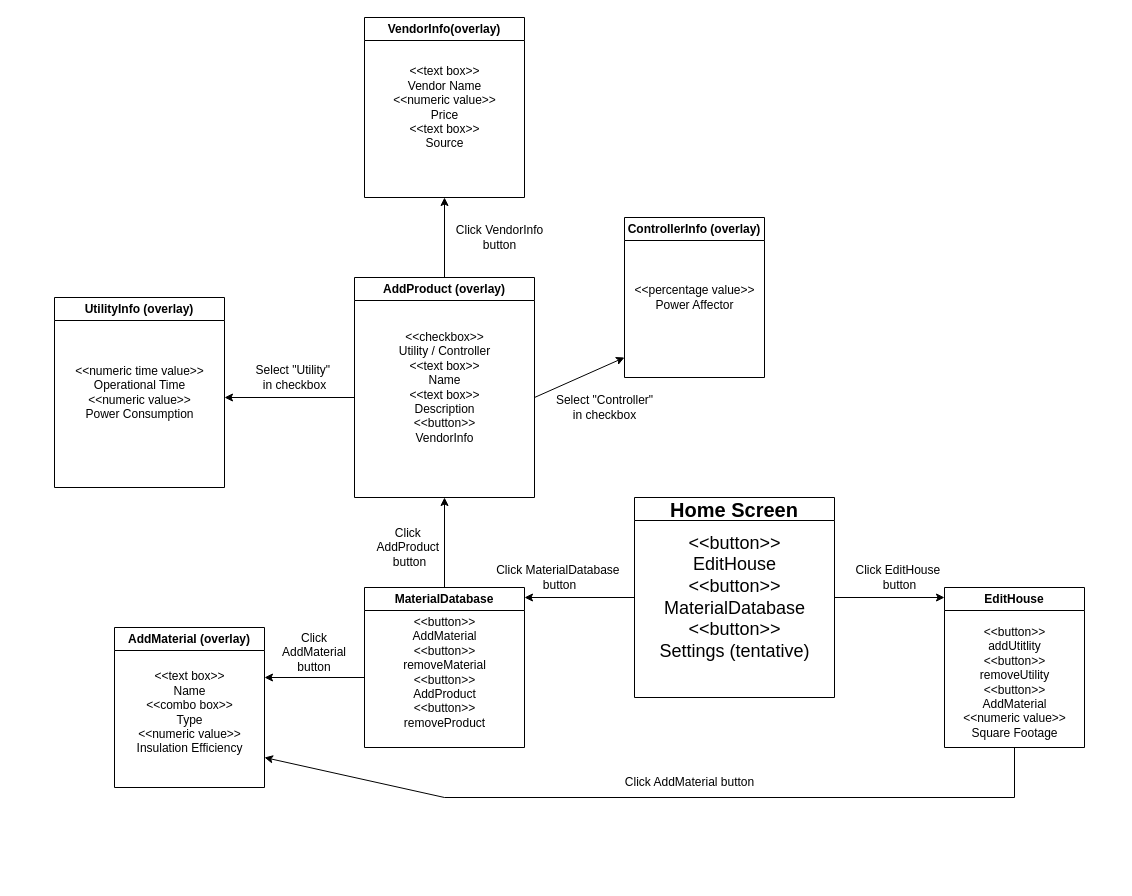
The draw.io diagram Design/Navigational Diagram.drawio in connerng/SPU_CSC3220_S24_T3, before the edit. Source tidied: cells renumbered, new cells numbered last; positions are measured from the earlier drawing's top-left corner, leaving out a move shared by most shapes. Both pictures are drawn from the tidied source at 100%, with x=0, y=0 at pixel (54, 17).
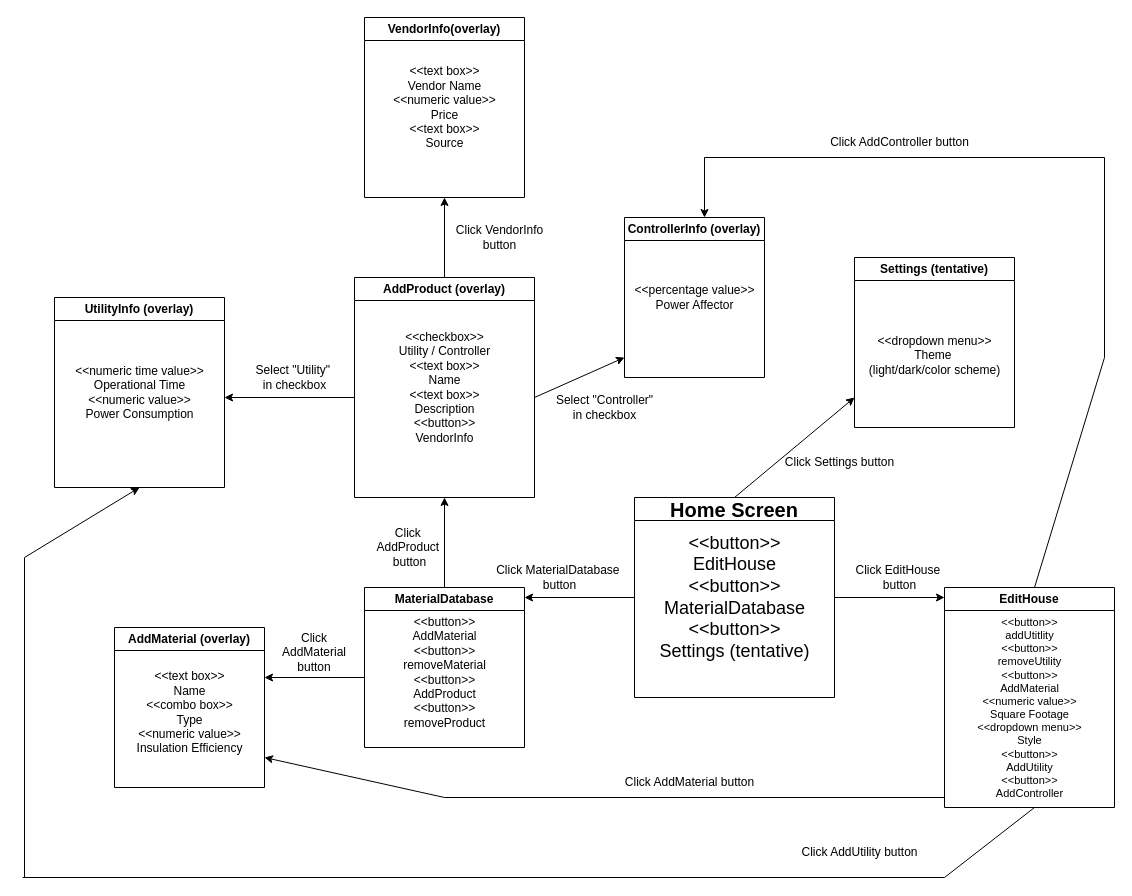
Above is the later version.

Unchanged cells that the change refers to:
```xml
<mxCell id="29" value="UtilityInfo (overlay)" style="swimlane;whiteSpace=wrap;html=1;" parent="1" vertex="1">
  <mxGeometry y="280" width="170" height="190" as="geometry" />
</mxCell>
```

What changed in the source:
```diff
@@
     <mxCell id="6" value="EditHouse" style="swimlane;whiteSpace=wrap;html=1;" parent="1" vertex="1">
-      <mxGeometry x="890" y="570" width="140" height="160" as="geometry" />
+      <mxGeometry x="890" y="570" width="170" height="220" as="geometry" />
     </mxCell>
-    <mxCell id="7" value="&amp;lt;&amp;lt;button&amp;gt;&amp;gt;&lt;div&gt;addUtitlity&lt;/div&gt;&lt;div&gt;&amp;lt;&amp;lt;button&amp;gt;&amp;gt;&lt;/div&gt;&lt;div&gt;removeUtility&lt;/div&gt;&lt;div&gt;&amp;lt;&amp;lt;button&amp;gt;&amp;gt;&lt;br&gt;AddMaterial&lt;/div&gt;&lt;div&gt;&amp;lt;&amp;lt;numeric value&amp;gt;&amp;gt;&lt;br&gt;Square Footage&lt;/div&gt;" style="text;html=1;align=center;verticalAlign=middle;strokeColor=none;fillColor=none;" parent="6" vertex="1">
-      <mxGeometry x="5" y="30" width="130" height="130" as="geometry" />
+    <mxCell id="7" value="&lt;font style=&quot;font-size: 11px;&quot;&gt;&amp;lt;&amp;lt;button&amp;gt;&amp;gt;&lt;/font&gt;&lt;div style=&quot;font-size: 11px;&quot;&gt;&lt;font style=&quot;font-size: 11px;&quot;&gt;addUtitlity&lt;/font&gt;&lt;/div&gt;&lt;div style=&quot;font-size: 11px;&quot;&gt;&lt;font style=&quot;font-size: 11px;&quot;&gt;&amp;lt;&amp;lt;button&amp;gt;&amp;gt;&lt;/font&gt;&lt;/div&gt;&lt;div style=&quot;font-size: 11px;&quot;&gt;&lt;font style=&quot;font-size: 11px;&quot;&gt;removeUtility&lt;/font&gt;&lt;/div&gt;&lt;div style=&quot;font-size: 11px;&quot;&gt;&lt;font style=&quot;font-size: 11px;&quot;&gt;&amp;lt;&amp;lt;button&amp;gt;&amp;gt;&lt;br&gt;AddMaterial&lt;/font&gt;&lt;/div&gt;&lt;div style=&quot;font-size: 11px;&quot;&gt;&lt;font style=&quot;font-size: 11px;&quot;&gt;&amp;lt;&amp;lt;numeric value&amp;gt;&amp;gt;&lt;br&gt;Square Footage&lt;/font&gt;&lt;/div&gt;&lt;div style=&quot;font-size: 11px;&quot;&gt;&lt;font style=&quot;font-size: 11px;&quot;&gt;&amp;lt;&amp;lt;dropdown menu&amp;gt;&amp;gt;&lt;/font&gt;&lt;/div&gt;&lt;div style=&quot;font-size: 11px;&quot;&gt;&lt;font style=&quot;font-size: 11px;&quot;&gt;Style&lt;/font&gt;&lt;/div&gt;&lt;div style=&quot;font-size: 11px;&quot;&gt;&lt;font style=&quot;font-size: 11px;&quot;&gt;&amp;lt;&amp;lt;button&amp;gt;&amp;gt;&lt;/font&gt;&lt;/div&gt;&lt;div style=&quot;font-size: 11px;&quot;&gt;&lt;font style=&quot;font-size: 11px;&quot;&gt;AddUtility&lt;/font&gt;&lt;/div&gt;&lt;div style=&quot;font-size: 11px;&quot;&gt;&lt;font style=&quot;font-size: 11px;&quot;&gt;&amp;lt;&amp;lt;button&amp;gt;&amp;gt;&lt;br&gt;AddController&lt;/font&gt;&lt;/div&gt;" style="text;html=1;align=center;verticalAlign=middle;strokeColor=none;fillColor=none;" parent="6" vertex="1">
+      <mxGeometry x="20" y="20" width="130" height="200" as="geometry" />
     </mxCell>
@@
-    <mxCell id="13" style="endArrow=none;html=1;rounded=0;" parent="1" edge="1">
-      <mxGeometry relative="1" as="geometry">
-        <mxPoint x="960" y="780" as="sourcePoint" />
-        <mxPoint x="960" y="730" as="targetPoint" />
-      </mxGeometry>
-    </mxCell>
     <mxCell id="14" style="endArrow=none;html=1;rounded=0;" parent="1" edge="1">
       <mxGeometry relative="1" as="geometry">
         <mxPoint x="390" y="780" as="sourcePoint" />
-        <mxPoint x="960" y="780" as="targetPoint" />
+        <mxPoint x="890" y="780" as="targetPoint" />
       </mxGeometry>
     </mxCell>
@@
+    <mxCell id="36" style="endArrow=classic;html=1;rounded=0;" parent="1" edge="1">
+      <mxGeometry relative="1" as="geometry">
+        <mxPoint x="680" y="480" as="sourcePoint" />
+        <mxPoint x="800" y="380" as="targetPoint" />
+      </mxGeometry>
+    </mxCell>
+    <mxCell id="37" value="Settings (tentative)" style="swimlane;whiteSpace=wrap;html=1;" parent="1" vertex="1">
+      <mxGeometry x="800" y="240" width="160" height="170" as="geometry" />
+    </mxCell>
+    <mxCell id="38" value="&amp;lt;&amp;lt;dropdown menu&amp;gt;&amp;gt;&lt;div&gt;Theme&amp;nbsp;&lt;/div&gt;&lt;div&gt;(light/dark/color scheme)&lt;br&gt;&lt;div&gt;&lt;br&gt;&lt;/div&gt;&lt;/div&gt;" style="text;html=1;align=center;verticalAlign=middle;strokeColor=none;fillColor=none;" parent="37" vertex="1">
+      <mxGeometry x="5" y="70" width="150" height="70" as="geometry" />
+    </mxCell>
+    <mxCell id="39" value="Click Settings button" style="text;html=1;align=center;verticalAlign=middle;strokeColor=none;fillColor=none;" parent="1" vertex="1">
+      <mxGeometry x="720" y="430" width="130" height="30" as="geometry" />
+    </mxCell>
+    <mxCell id="40" style="endArrow=none;html=1;rounded=0;" parent="1" edge="1">
+      <mxGeometry relative="1" as="geometry">
+        <mxPoint x="890" y="860" as="sourcePoint" />
+        <mxPoint x="980" y="790" as="targetPoint" />
+      </mxGeometry>
+    </mxCell>
+    <mxCell id="41" style="endArrow=none;html=1;rounded=0;" parent="1" edge="1">
+      <mxGeometry relative="1" as="geometry">
+        <mxPoint x="-31.8" y="860" as="sourcePoint" />
+        <mxPoint x="890" y="860" as="targetPoint" />
+      </mxGeometry>
+    </mxCell>
+    <mxCell id="42" style="endArrow=none;html=1;rounded=0;" parent="1" edge="1">
+      <mxGeometry relative="1" as="geometry">
+        <mxPoint x="-30" y="860" as="sourcePoint" />
+        <mxPoint x="-30" y="540" as="targetPoint" />
+      </mxGeometry>
+    </mxCell>
+    <mxCell id="43" style="endArrow=classic;html=1;rounded=0;entryX=0.5;entryY=1;entryDx=0;entryDy=0;" parent="1" edge="1" target="29">
+      <mxGeometry relative="1" as="geometry">
+        <mxPoint x="-30" y="540" as="sourcePoint" />
+      </mxGeometry>
+    </mxCell>
+    <mxCell id="44" value="Click AddUtility button" style="text;html=1;align=center;verticalAlign=middle;strokeColor=none;fillColor=none;" parent="1" vertex="1">
+      <mxGeometry x="735" y="820" width="140" height="30" as="geometry" />
+    </mxCell>
+    <mxCell id="45" style="endArrow=none;html=1;rounded=0;" parent="1" edge="1">
+      <mxGeometry relative="1" as="geometry">
+        <mxPoint x="980" y="570" as="sourcePoint" />
+        <mxPoint x="1050" y="340" as="targetPoint" />
+      </mxGeometry>
+    </mxCell>
+    <mxCell id="46" style="endArrow=none;html=1;rounded=0;" parent="1" edge="1">
+      <mxGeometry relative="1" as="geometry">
+        <mxPoint x="1050" y="340" as="sourcePoint" />
+        <mxPoint x="1050" y="140" as="targetPoint" />
+      </mxGeometry>
+    </mxCell>
+    <mxCell id="47" style="endArrow=none;html=1;rounded=0;" parent="1" edge="1">
+      <mxGeometry relative="1" as="geometry">
+        <mxPoint x="650" y="140" as="sourcePoint" />
+        <mxPoint x="1050" y="140" as="targetPoint" />
+      </mxGeometry>
+    </mxCell>
+    <mxCell id="48" style="endArrow=classic;html=1;rounded=0;" parent="1" edge="1">
+      <mxGeometry relative="1" as="geometry">
+        <mxPoint x="650" y="140" as="sourcePoint" />
+        <mxPoint x="650" y="200" as="targetPoint" />
+      </mxGeometry>
+    </mxCell>
+    <mxCell id="49" value="Click AddController button" style="text;html=1;align=center;verticalAlign=middle;strokeColor=none;fillColor=none;" parent="1" vertex="1">
+      <mxGeometry x="765" y="110" width="160" height="30" as="geometry" />
+    </mxCell>
```
